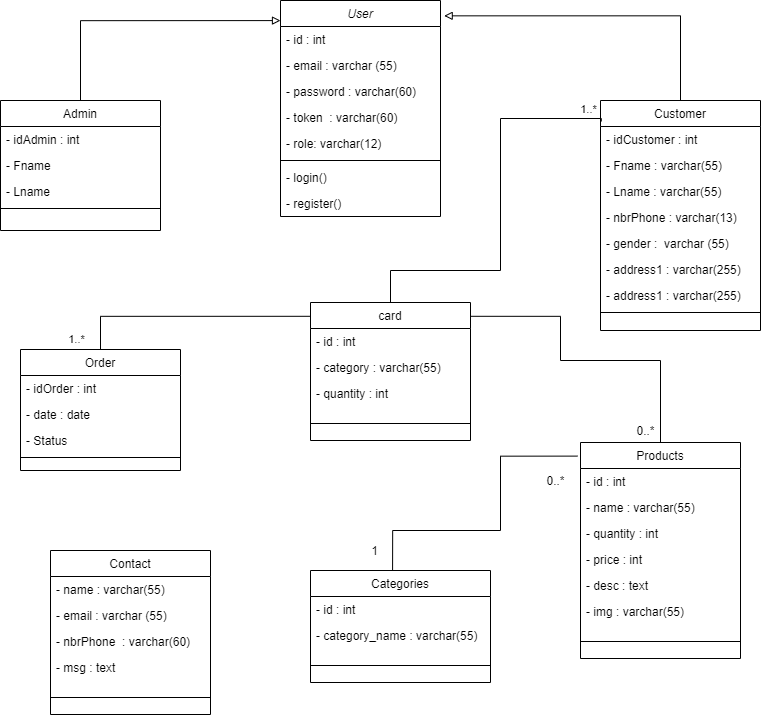
yassineelhoubi/ecommerce-website keeps this draw.io diagram as UML/Class Diagram.png. Above is the earlier version. Source tidied: cells renumbered, new cells last; positions are measured from the earlier drawing's top-left corner, leaving out a move shared by most shapes.
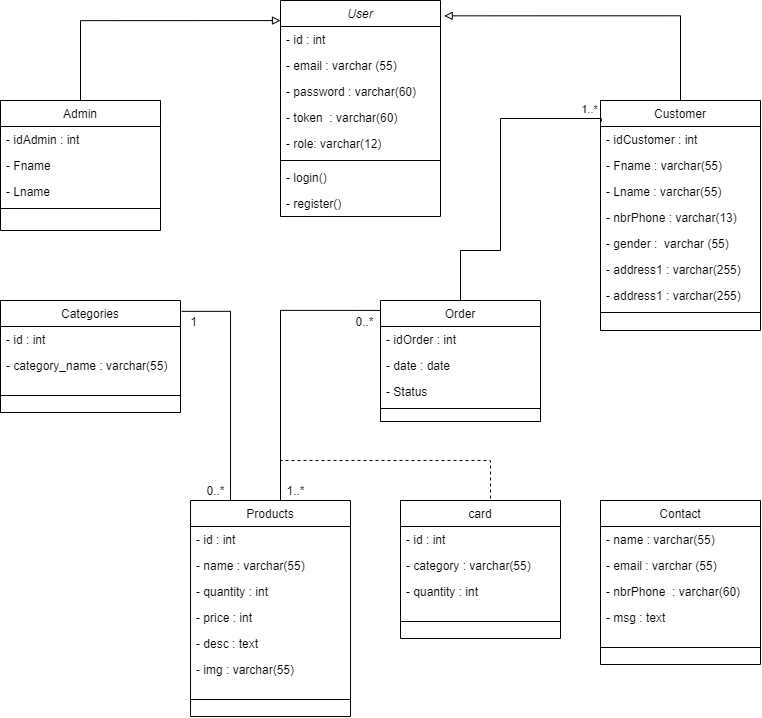
Above is the later version.

Commit message:
update class diagram

The edit, as a diff of the source:
```diff
@@ -77,23 +77,31 @@
     <mxCell id="26" style="edgeStyle=orthogonalEdgeStyle;rounded=0;jettySize=auto;html=1;endArrow=block;endFill=0;exitX=0.5;exitY=0;exitDx=0;exitDy=0;entryX=1.023;entryY=0.071;entryDx=0;entryDy=0;entryPerimeter=0;" parent="1" edge="1" source="17" target="2">
       <mxGeometry relative="1" as="geometry" />
     </mxCell>
-    <mxCell id="27" style="edgeStyle=orthogonalEdgeStyle;rounded=0;jettySize=auto;html=1;exitX=0.005;exitY=0.091;exitDx=0;exitDy=0;endArrow=none;endFill=0;entryX=0.5;entryY=0;entryDx=0;entryDy=0;exitPerimeter=0;" parent="1" edge="1" source="17" target="45">
+    <mxCell id="27" style="edgeStyle=orthogonalEdgeStyle;rounded=0;jettySize=auto;html=1;exitX=0.005;exitY=0.091;exitDx=0;exitDy=0;endArrow=none;endFill=0;entryX=0.5;entryY=0;entryDx=0;entryDy=0;exitPerimeter=0;" parent="1" edge="1" source="17" target="29">
       <mxGeometry relative="1" as="geometry">
         <Array as="points">
           <mxPoint x="601" y="118" />
           <mxPoint x="500" y="118" />
-          <mxPoint x="500" y="270" />
-          <mxPoint x="390" y="270" />
+          <mxPoint x="500" y="250" />
+          <mxPoint x="460" y="250" />
         </Array>
       </mxGeometry>
     </mxCell>
     <mxCell id="28" value="1..*" style="edgeLabel;html=1;align=center;verticalAlign=middle;" parent="27" vertex="1">
       <mxGeometry x="-0.94" y="-3" relative="1" as="geometry">
-        <mxPoint x="-5" y="-7" as="offset" />
+        <mxPoint x="-6" y="-7" as="offset" />
       </mxGeometry>
     </mxCell>
+    <mxCell id="64" style="edgeStyle=orthogonalEdgeStyle;rounded=0;jettySize=auto;html=1;exitX=-0.001;exitY=0.082;exitDx=0;exitDy=0;endArrow=none;endFill=0;entryX=0.573;entryY=0.007;entryDx=0;entryDy=0;entryPerimeter=0;exitPerimeter=0;" parent="1" edge="1" source="29" target="36">
+      <mxGeometry relative="1" as="geometry">
+        <Array as="points">
+          <mxPoint x="280" y="310" />
+          <mxPoint x="280" y="502" />
+        </Array>
+      </mxGeometry>
+    </mxCell>
     <mxCell id="29" value="Order" style="swimlane;fontStyle=0;align=center;verticalAlign=top;horizontal=1;startSize=26;rounded=0;shadow=0;strokeWidth=1;" parent="1" vertex="1">
-      <mxGeometry x="20" y="349" width="160" height="121" as="geometry" />
+      <mxGeometry x="380" y="300" width="160" height="121" as="geometry" />
     </mxCell>
     <mxCell id="30" value="- idOrder : int" style="text;align=left;verticalAlign=top;spacingLeft=4;spacingRight=4;overflow=hidden;" parent="29" vertex="1">
       <mxGeometry y="26" width="160" height="26" as="geometry" />
@@ -107,26 +115,15 @@
     <mxCell id="33" style="line;html=1;strokeWidth=1;align=left;verticalAlign=middle;spacingTop=-1;spacingLeft=3;spacingRight=3;labelPosition=right;" parent="29" vertex="1">
       <mxGeometry y="104" width="160" height="8" as="geometry" />
     </mxCell>
-    <mxCell id="34" style="edgeStyle=orthogonalEdgeStyle;rounded=0;jettySize=auto;html=1;entryX=0.456;entryY=-0.002;entryDx=0;entryDy=0;entryPerimeter=0;endArrow=none;endFill=0;exitX=-0.019;exitY=0.063;exitDx=0;exitDy=0;exitPerimeter=0;" parent="1" edge="1" source="36" target="50">
+    <mxCell id="34" style="edgeStyle=orthogonalEdgeStyle;rounded=0;jettySize=auto;html=1;exitX=0.25;exitY=0;exitDx=0;exitDy=0;entryX=1.006;entryY=0.097;entryDx=0;entryDy=0;entryPerimeter=0;endArrow=none;endFill=0;" parent="1" edge="1" source="36" target="50">
       <mxGeometry relative="1" as="geometry">
         <Array as="points">
-          <mxPoint x="500" y="456" />
-          <mxPoint x="500" y="530" />
-          <mxPoint x="392" y="530" />
+          <mxPoint x="230" y="311" />
         </Array>
       </mxGeometry>
     </mxCell>
-    <mxCell id="35" style="edgeStyle=orthogonalEdgeStyle;rounded=0;jettySize=auto;html=1;exitX=0.5;exitY=0;exitDx=0;exitDy=0;entryX=0.999;entryY=0.1;entryDx=0;entryDy=0;entryPerimeter=0;startArrow=none;startFill=0;endArrow=none;endFill=0;" parent="1" edge="1" source="36" target="45">
-      <mxGeometry relative="1" as="geometry">
-        <Array as="points">
-          <mxPoint x="660" y="360" />
-          <mxPoint x="560" y="360" />
-          <mxPoint x="560" y="316" />
-        </Array>
-      </mxGeometry>
-    </mxCell>
     <mxCell id="36" value="Products" style="swimlane;fontStyle=0;align=center;verticalAlign=top;horizontal=1;startSize=26;rounded=0;shadow=0;strokeWidth=1;" parent="1" vertex="1">
-      <mxGeometry x="580" y="442" width="160" height="216" as="geometry" />
+      <mxGeometry x="190" y="500" width="160" height="216" as="geometry" />
     </mxCell>
     <mxCell id="37" value="- id : int" style="text;align=left;verticalAlign=top;spacingLeft=4;spacingRight=4;overflow=hidden;" parent="36" vertex="1">
       <mxGeometry y="26" width="160" height="26" as="geometry" />
@@ -149,11 +146,16 @@
     <mxCell id="43" style="line;html=1;strokeWidth=1;align=left;verticalAlign=middle;spacingTop=-1;spacingLeft=3;spacingRight=3;labelPosition=right;" parent="36" vertex="1">
       <mxGeometry y="182" width="160" height="34" as="geometry" />
     </mxCell>
-    <mxCell id="44" style="edgeStyle=orthogonalEdgeStyle;rounded=0;jettySize=auto;html=1;exitX=0.001;exitY=0.1;exitDx=0;exitDy=0;endArrow=none;endFill=0;entryX=0.5;entryY=0;entryDx=0;entryDy=0;startArrow=none;startFill=0;exitPerimeter=0;" parent="1" edge="1" source="45" target="29">
-      <mxGeometry relative="1" as="geometry" />
-    </mxCell>
+    <mxCell id="65" style="edgeStyle=orthogonalEdgeStyle;rounded=0;jettySize=auto;html=1;exitX=0.5;exitY=0;exitDx=0;exitDy=0;endArrow=none;endFill=0;dashed=1;" parent="1" edge="1" source="45">
+      <mxGeometry relative="1" as="geometry">
+        <mxPoint x="280" y="460" as="targetPoint" />
+        <Array as="points">
+          <mxPoint x="490" y="460" />
+        </Array>
+      </mxGeometry>
+    </mxCell>
     <mxCell id="45" value="card" style="swimlane;fontStyle=0;align=center;verticalAlign=top;horizontal=1;startSize=26;rounded=0;shadow=0;strokeWidth=1;" parent="1" vertex="1">
-      <mxGeometry x="310" y="302" width="160" height="138" as="geometry" />
+      <mxGeometry x="400" y="500" width="160" height="138" as="geometry" />
     </mxCell>
     <mxCell id="46" value="- id : int" style="text;align=left;verticalAlign=top;spacingLeft=4;spacingRight=4;overflow=hidden;" parent="45" vertex="1">
       <mxGeometry y="26" width="160" height="26" as="geometry" />
@@ -168,7 +170,7 @@
       <mxGeometry y="104" width="160" height="34" as="geometry" />
     </mxCell>
     <mxCell id="50" value="Categories" style="swimlane;fontStyle=0;align=center;verticalAlign=top;horizontal=1;startSize=26;rounded=0;shadow=0;strokeWidth=1;" parent="1" vertex="1">
-      <mxGeometry x="310" y="570" width="180" height="112" as="geometry" />
+      <mxGeometry y="300" width="180" height="112" as="geometry" />
     </mxCell>
     <mxCell id="51" value="- id : int" style="text;align=left;verticalAlign=top;spacingLeft=4;spacingRight=4;overflow=hidden;" parent="50" vertex="1">
       <mxGeometry y="26" width="180" height="26" as="geometry" />
@@ -179,13 +181,8 @@
     <mxCell id="53" style="line;html=1;strokeWidth=1;align=left;verticalAlign=middle;spacingTop=-1;spacingLeft=3;spacingRight=3;labelPosition=right;" parent="50" vertex="1">
       <mxGeometry y="78" width="180" height="34" as="geometry" />
     </mxCell>
-    <mxCell id="54" value="1..*" style="edgeLabel;html=1;align=center;verticalAlign=middle;" parent="1" vertex="1">
-      <mxGeometry x="290" y="270" as="geometry">
-        <mxPoint x="-215" y="68" as="offset" />
-      </mxGeometry>
-    </mxCell>
     <mxCell id="55" value="Contact" style="swimlane;fontStyle=0;align=center;verticalAlign=top;horizontal=1;startSize=26;rounded=0;shadow=0;strokeWidth=1;" parent="1" vertex="1">
-      <mxGeometry x="50" y="550" width="160" height="164" as="geometry" />
+      <mxGeometry x="600" y="500" width="160" height="164" as="geometry" />
     </mxCell>
     <mxCell id="56" value="- name : varchar(55)" style="text;align=left;verticalAlign=top;spacingLeft=4;spacingRight=4;overflow=hidden;" parent="55" vertex="1">
       <mxGeometry y="26" width="160" height="26" as="geometry" />
@@ -202,14 +199,17 @@
     <mxCell id="60" style="line;html=1;strokeWidth=1;align=left;verticalAlign=middle;spacingTop=-1;spacingLeft=3;spacingRight=3;labelPosition=right;" parent="55" vertex="1">
       <mxGeometry y="130" width="160" height="34" as="geometry" />
     </mxCell>
-    <mxCell id="61" value="0..*" style="text;html=1;align=center;verticalAlign=middle;strokeColor=none;" parent="1" vertex="1">
-      <mxGeometry x="540" y="470" width="30" height="20" as="geometry" />
+    <mxCell id="61" value="1..*" style="text;html=1;align=center;verticalAlign=middle;strokeColor=none;" parent="1" vertex="1">
+      <mxGeometry x="280" y="480" width="30" height="20" as="geometry" />
     </mxCell>
     <mxCell id="62" value="1" style="text;html=1;align=center;verticalAlign=middle;strokeColor=none;" parent="1" vertex="1">
-      <mxGeometry x="364" y="540" width="20" height="20" as="geometry" />
+      <mxGeometry x="183" y="311" width="20" height="20" as="geometry" />
     </mxCell>
     <mxCell id="63" value="0..*" style="text;html=1;align=center;verticalAlign=middle;strokeColor=none;" parent="1" vertex="1">
-      <mxGeometry x="630" y="420" width="30" height="20" as="geometry" />
+      <mxGeometry x="349" y="311" width="30" height="20" as="geometry" />
     </mxCell>
+    <mxCell id="66" value="0..*" style="text;html=1;align=center;verticalAlign=middle;strokeColor=none;" parent="1" vertex="1">
+      <mxGeometry x="200" y="480" width="30" height="20" as="geometry" />
+    </mxCell>
   </root>
 </mxGraphModel>
```
